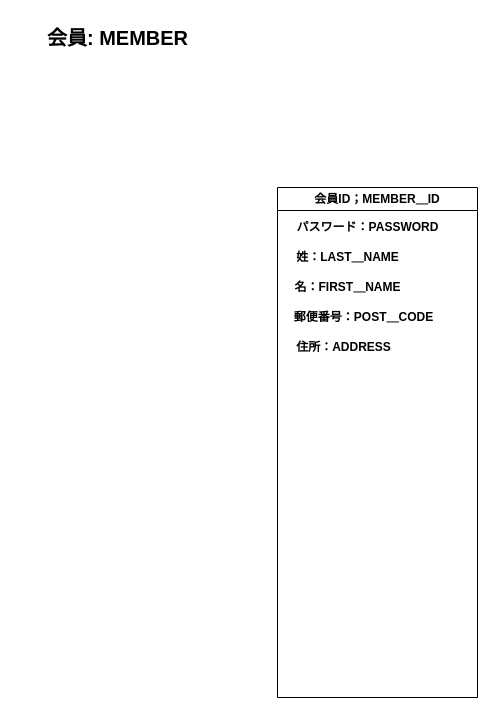
The draw.io diagram Untitled Diagram.drawio in AnhTuan-Nguyen99/ERMap, before the edit. Source tidied: cells renumbered, new cells numbered last; positions are measured from the earlier drawing's top-left corner, leaving out a move shared by most shapes. Both pictures are drawn from the tidied source at 100%, with x=0, y=0 at pixel (17, 17).
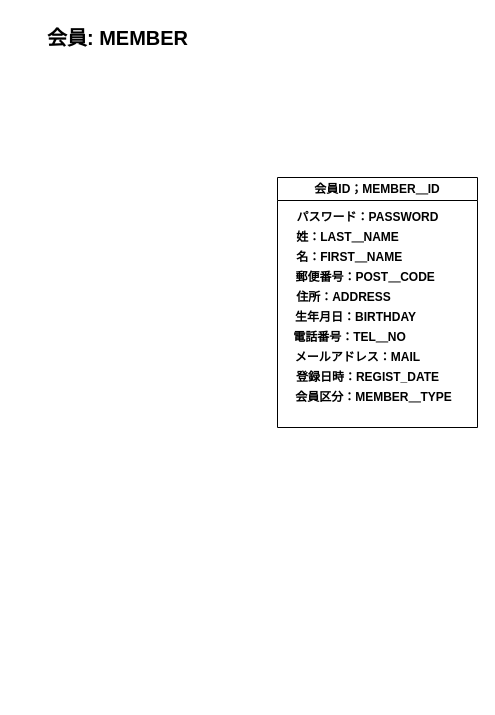
After the change.

Diff of the diagram source:
```diff
@@
 <mxGraphModel>
   <root>
     <mxCell id="0" />
     <mxCell id="1" parent="0" />
     <mxCell id="2" value="会員ID；MEMBER＿ID" style="swimlane;whiteSpace=wrap;html=1;" parent="1" vertex="1">
-      <mxGeometry x="260" y="170" width="200" height="510" as="geometry" />
+      <mxGeometry x="260" y="160" width="200" height="250" as="geometry" />
     </mxCell>
     <mxCell id="3" value="パスワード：PASSWORD" style="text;strokeColor=none;fillColor=none;html=1;fontSize=12;fontStyle=1;verticalAlign=middle;align=center;" parent="2" vertex="1">
       <mxGeometry y="30" width="180" height="20" as="geometry" />
     </mxCell>
     <mxCell id="4" value="姓：LAST＿NAME" style="text;strokeColor=none;fillColor=none;html=1;fontSize=12;fontStyle=1;verticalAlign=middle;align=center;" parent="2" vertex="1">
-      <mxGeometry x="-20" y="60" width="180" height="20" as="geometry" />
+      <mxGeometry x="-20" y="50" width="180" height="20" as="geometry" />
     </mxCell>
-    <mxCell id="5" value="名：FIRST＿NAME" style="text;strokeColor=none;fillColor=none;html=1;fontSize=12;fontStyle=1;verticalAlign=middle;align=center;" parent="2" vertex="1">
-      <mxGeometry x="-20" y="90" width="180" height="20" as="geometry" />
+    <mxCell id="5" value="&amp;nbsp;名：FIRST＿NAME" style="text;strokeColor=none;fillColor=none;html=1;fontSize=12;fontStyle=1;verticalAlign=middle;align=center;" parent="2" vertex="1">
+      <mxGeometry x="-20" y="70" width="180" height="20" as="geometry" />
     </mxCell>
-    <mxCell id="6" value="　郵便番号：POST＿CODE" style="text;strokeColor=none;fillColor=none;html=1;fontSize=12;fontStyle=1;verticalAlign=middle;align=center;" parent="2" vertex="1">
-      <mxGeometry x="-10" y="120" width="180" height="20" as="geometry" />
+    <mxCell id="6" value="　 郵便番号：POST＿CODE" style="text;strokeColor=none;fillColor=none;html=1;fontSize=12;fontStyle=1;verticalAlign=middle;align=center;" parent="2" vertex="1">
+      <mxGeometry x="-10" y="90" width="180" height="20" as="geometry" />
     </mxCell>
     <mxCell id="7" value="　住所：ADDRESS" style="text;strokeColor=none;fillColor=none;html=1;fontSize=12;fontStyle=1;verticalAlign=middle;align=center;" parent="2" vertex="1">
-      <mxGeometry x="-30" y="150" width="180" height="20" as="geometry" />
+      <mxGeometry x="-30" y="110" width="180" height="20" as="geometry" />
     </mxCell>
+    <mxCell id="9" value="　　　生年月日：BIRTHDAY" style="text;strokeColor=none;fillColor=none;html=1;fontSize=12;fontStyle=1;verticalAlign=middle;align=center;" parent="2" vertex="1">
+      <mxGeometry x="-30" y="130" width="180" height="20" as="geometry" />
+    </mxCell>
+    <mxCell id="10" value="　　電話番号：TEL＿NO" style="text;strokeColor=none;fillColor=none;html=1;fontSize=12;fontStyle=1;verticalAlign=middle;align=center;" parent="2" vertex="1">
+      <mxGeometry x="-30" y="150" width="180" height="20" as="geometry" />
+    </mxCell>
+    <mxCell id="11" value="メールアドレス：MAIL" style="text;strokeColor=none;fillColor=none;html=1;fontSize=12;fontStyle=1;verticalAlign=middle;align=center;" parent="2" vertex="1">
+      <mxGeometry x="-10" y="170" width="180" height="20" as="geometry" />
+    </mxCell>
+    <mxCell id="12" value="登録日時：REGIST_DATE" style="text;strokeColor=none;fillColor=none;html=1;fontSize=12;fontStyle=1;verticalAlign=middle;align=center;" parent="2" vertex="1">
+      <mxGeometry y="190" width="180" height="20" as="geometry" />
+    </mxCell>
+    <mxCell id="13" value="　会員区分：MEMBER＿TYPE" style="text;strokeColor=none;fillColor=none;html=1;fontSize=12;fontStyle=1;verticalAlign=middle;align=center;" parent="2" vertex="1">
+      <mxGeometry y="210" width="180" height="20" as="geometry" />
+    </mxCell>
     <mxCell id="8" value="会員: MEMBER" style="text;strokeColor=none;fillColor=none;html=1;fontSize=20;fontStyle=1;verticalAlign=middle;align=center;" parent="1" vertex="1">
       <mxGeometry width="200" height="40" as="geometry" />
     </mxCell>
   </root>
 </mxGraphModel>
```
